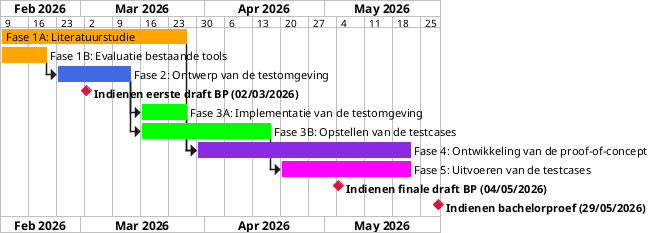
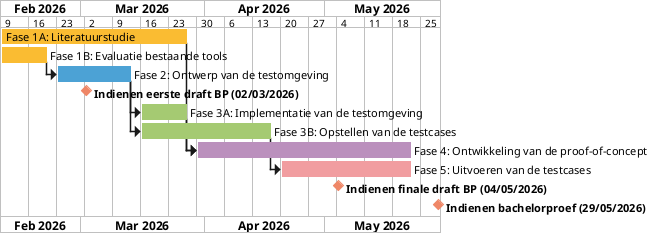
@startgantt p2a_gantt
<style>
ganttDiagram {
  FontName Montserrat
  milestone {
    FontStyle bold
  }
  separator {
    FontStyle bold
  }
}
</style>

Project starts 2026-02-09
printscale weekly with calendar date

[Fase 1A: Literatuurstudie] starts 2026-02-09 and ends 2026-03-27
- [Fase 1A: Literatuurstudie] is colored in Orange
+ [Fase 1A: Literatuurstudie] is colored in #FABC32

[Fase 1B: Evaluatie bestaande tools] starts 2026-02-09 and ends 2026-02-20
- [Fase 1B: Evaluatie bestaande tools] is colored in Orange
+ [Fase 1B: Evaluatie bestaande tools] is colored in #FABC32

[Fase 2: Ontwerp van de testomgeving] starts 2026-02-23 and ends 2026-03-13
- [Fase 2: Ontwerp van de testomgeving] is colored in RoyalBlue
+ [Fase 2: Ontwerp van de testomgeving] is colored in #4CA2D5
[Fase 2: Ontwerp van de testomgeving] starts after [Fase 1B: Evaluatie bestaande tools]'s end

[Indienen eerste draft BP (02/03/2026)] happens 2026-03-02
- [Indienen eerste draft BP (02/03/2026)] is colored in Crimson
+ [Indienen eerste draft BP (02/03/2026)] is colored in #EF8767

[Fase 3A: Implementatie van de testomgeving] starts 2026-03-16 and ends 2026-03-27
- [Fase 3A: Implementatie van de testomgeving] is colored in Lime
+ [Fase 3A: Implementatie van de testomgeving] is colored in #A5CA72
[Fase 3A: Implementatie van de testomgeving] starts after [Fase 2: Ontwerp van de testomgeving]'s end

[Fase 3B: Opstellen van de testcases] starts 2026-03-16 and ends 2026-04-17
- [Fase 3B: Opstellen van de testcases] is colored in Lime
+ [Fase 3B: Opstellen van de testcases] is colored in #A5CA72
[Fase 3B: Opstellen van de testcases] starts after [Fase 2: Ontwerp van de testomgeving]'s end

[Fase 4: Ontwikkeling van de proof-of-concept] starts 2026-03-30 and ends 2026-05-22
- [Fase 4: Ontwikkeling van de proof-of-concept] is colored in BlueViolet
+ [Fase 4: Ontwikkeling van de proof-of-concept] is colored in #BB90BD
[Fase 4: Ontwikkeling van de proof-of-concept] starts after [Fase 1A: Literatuurstudie]'s end
[Fase 4: Ontwikkeling van de proof-of-concept] starts after [Fase 3A: Implementatie van de testomgeving]'s end

[Fase 5: Uitvoeren van de testcases] starts 2026-04-20 and ends 2026-05-22
- [Fase 5: Uitvoeren van de testcases] is colored in Magenta
+ [Fase 5: Uitvoeren van de testcases] is colored in #F19DA0
[Fase 5: Uitvoeren van de testcases] starts after [Fase 3B: Opstellen van de testcases]'s end

[Indienen finale draft BP (04/05/2026)] happens 2026-05-04
- [Indienen finale draft BP (04/05/2026)] is colored in Crimson
+ [Indienen finale draft BP (04/05/2026)] is colored in #EF8767

[Indienen bachelorproef (29/05/2026)] happens 2026-05-29
- [Indienen bachelorproef (29/05/2026)] is colored in Crimson
+ [Indienen bachelorproef (29/05/2026)] is colored in #EF8767

@endgantt